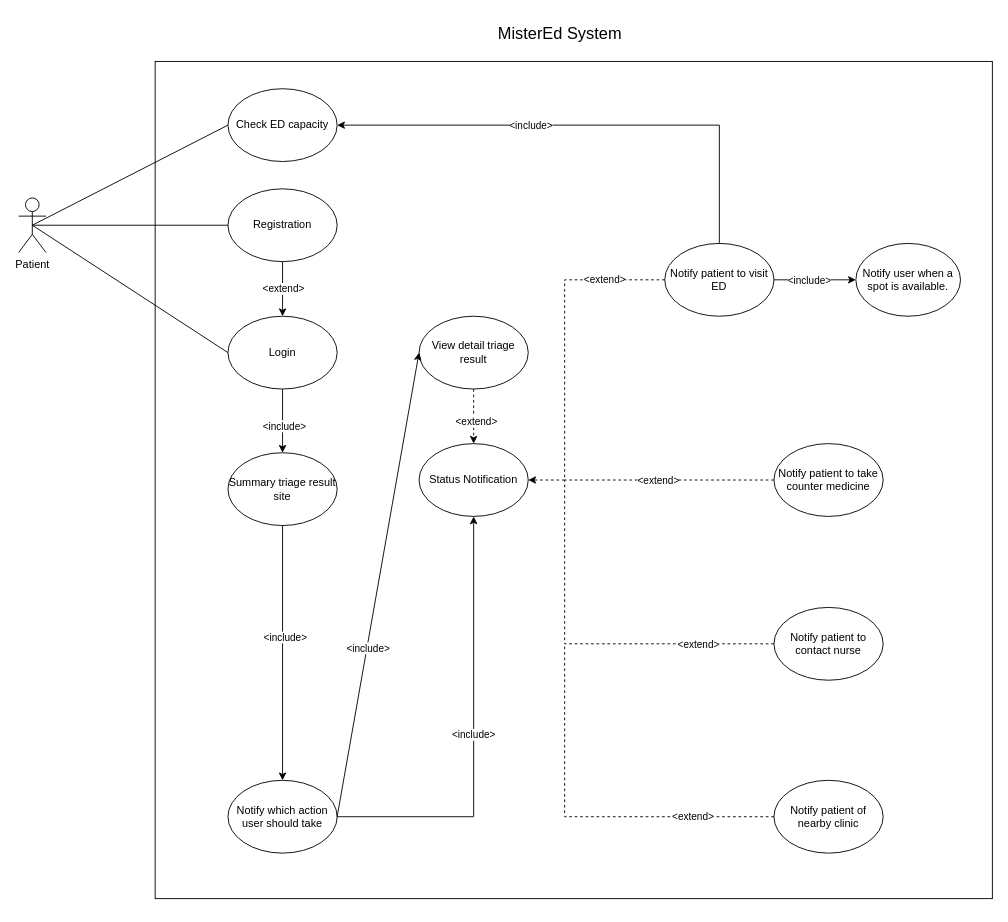
Above: Roadmap.drawio in uvic-teach/project-m1-team8 (draw.io), before the change. Source tidied: cells renumbered, new cells numbered last; positions are measured from the earlier drawing's top-left corner, leaving out a move shared by most shapes. Both pictures are drawn from the tidied source at 91%, with x=0, y=0 at pixel (18, 15).
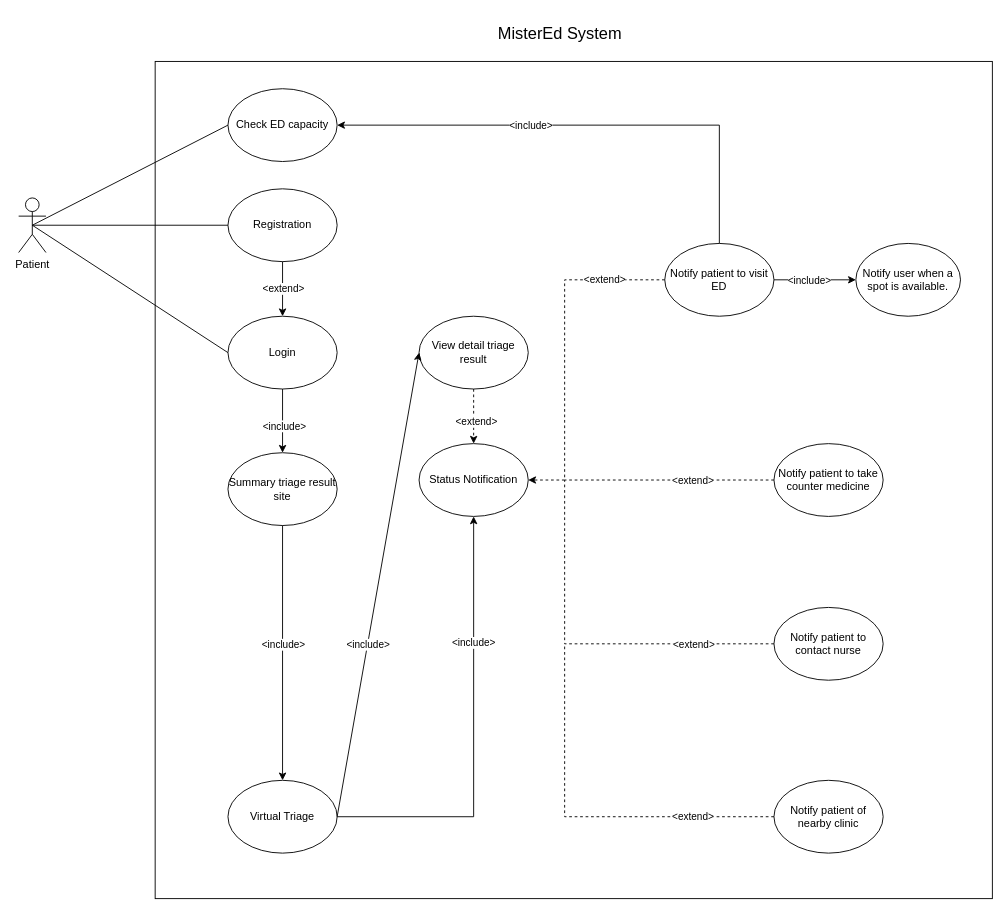
The same page after the edit.

Unchanged cells that the change refers to:
```xml
<mxCell id="9" value="Status Notification" style="ellipse;whiteSpace=wrap;html=1;" parent="1" vertex="1">
  <mxGeometry x="440" y="470" width="120" height="80" as="geometry" />
</mxCell>
<mxCell id="13" style="endArrow=classic;html=1;rounded=0;exitX=0.5;exitY=1;exitDx=0;exitDy=0;entryX=0.5;entryY=0;entryDx=0;entryDy=0;" parent="1" edge="1" source="8" target="12">
  <mxGeometry relative="1" as="geometry" />
</mxCell>
<mxCell id="30" style="endArrow=classic;html=1;rounded=0;exitX=1;exitY=0.5;exitDx=0;exitDy=0;entryX=0;entryY=0.5;entryDx=0;entryDy=0;" parent="1" edge="1" source="12" target="27">
  <mxGeometry relative="1" as="geometry" />
</mxCell>
<mxCell id="34" style="endArrow=none;dashed=1;html=1;rounded=0;exitX=0;exitY=0.5;exitDx=0;exitDy=0;" parent="1" edge="1" source="36">
  <mxGeometry relative="1" as="geometry">
    <mxPoint x="600" y="510" as="targetPoint" />
  </mxGeometry>
</mxCell>
<mxCell id="38" style="endArrow=none;dashed=1;html=1;rounded=0;exitX=0;exitY=0.5;exitDx=0;exitDy=0;" parent="1" edge="1" source="37">
  <mxGeometry relative="1" as="geometry">
    <mxPoint x="600" y="510" as="targetPoint" />
    <Array as="points">
      <mxPoint x="600" y="690" />
    </Array>
  </mxGeometry>
</mxCell>
```

Diff of the diagram source:
```diff
@@
-    <mxCell id="12" value="Notify which action user should take" style="ellipse;whiteSpace=wrap;html=1;" parent="1" vertex="1">
+    <mxCell id="12" value="Virtual Triage" style="ellipse;whiteSpace=wrap;html=1;" parent="1" vertex="1">
       <mxGeometry x="230" y="840" width="120" height="80" as="geometry" />
     </mxCell>
@@
     <mxCell id="14" value="&amp;lt;include&amp;gt;" style="edgeLabel;html=1;align=center;verticalAlign=middle;" parent="13" vertex="1">
-      <mxGeometry x="-0.13" y="2" relative="1" as="geometry" />
+      <mxGeometry x="-0.13" y="2" relative="1" as="geometry">
+        <mxPoint x="-2" y="8" as="offset" />
+      </mxGeometry>
     </mxCell>
     <mxCell id="15" value="&amp;lt;include&amp;gt;" style="endArrow=classic;html=1;rounded=0;exitX=1;exitY=0.5;exitDx=0;exitDy=0;entryX=0.5;entryY=1;entryDx=0;entryDy=0;" parent="1" edge="1" source="12" target="9">
-      <mxGeometry relative="1" as="geometry">
+      <mxGeometry x="0.42" relative="1" as="geometry">
         <Array as="points">
           <mxPoint x="500" y="880" />
         </Array>
       </mxGeometry>
     </mxCell>
@@
     <mxCell id="31" value="&amp;lt;include&amp;gt;" style="edgeLabel;html=1;align=center;verticalAlign=middle;" parent="30" vertex="1">
-      <mxGeometry x="-0.27" y="-1" relative="1" as="geometry" />
+      <mxGeometry x="-0.27" y="-1" relative="1" as="geometry">
+        <mxPoint y="-4" as="offset" />
+      </mxGeometry>
     </mxCell>
@@
     <mxCell id="35" value="&amp;lt;extend&amp;gt;" style="edgeLabel;html=1;align=center;verticalAlign=middle;" parent="34" vertex="1">
-      <mxGeometry x="0.11" relative="1" as="geometry" />
+      <mxGeometry x="0.11" relative="1" as="geometry">
+        <mxPoint x="38" as="offset" />
+      </mxGeometry>
     </mxCell>
@@
     <mxCell id="39" value="&amp;lt;extend&amp;gt;" style="edgeLabel;html=1;align=center;verticalAlign=middle;" parent="38" vertex="1">
-      <mxGeometry x="-0.59" relative="1" as="geometry" />
+      <mxGeometry x="-0.59" relative="1" as="geometry">
+        <mxPoint x="-5" as="offset" />
+      </mxGeometry>
     </mxCell>
```
